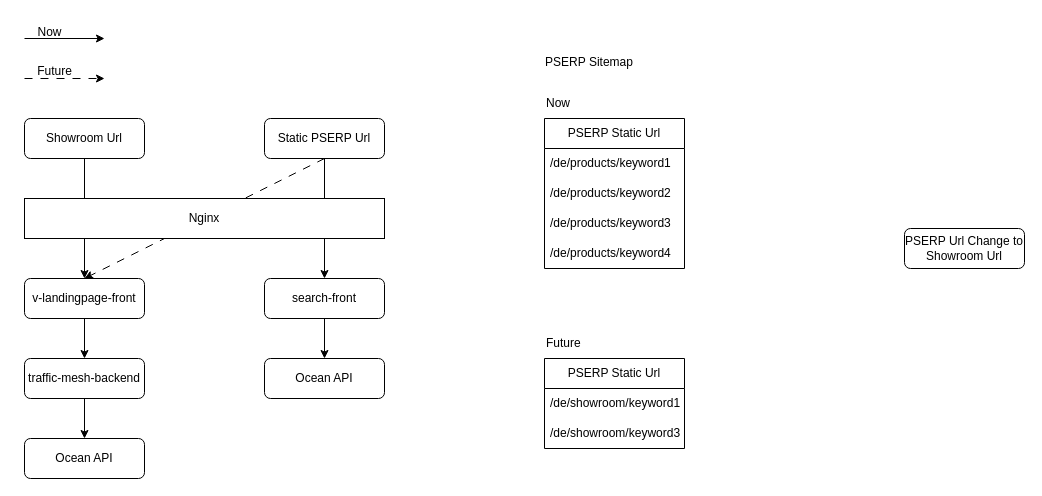
This is drawio/showroom_pserp_merge.drawio from VisableHarry/seo-drawio, a draw.io file, before an edit. Source tidied: cells renumbered, new cells numbered last; positions are measured from the earlier drawing's top-left corner, leaving out a move shared by most shapes. Both pictures are drawn from the tidied source at 100%, with x=0, y=0 at pixel (24, 17).
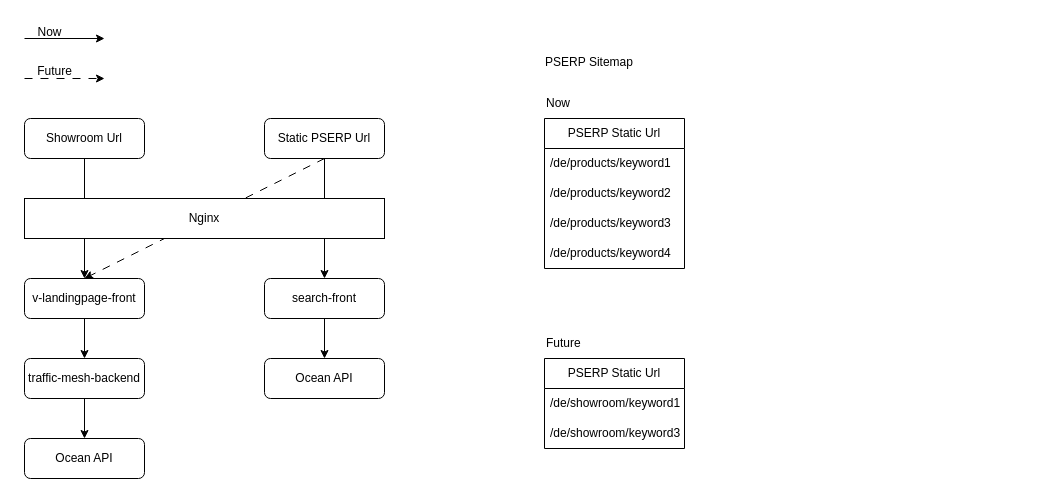
Above is the later version.

Change to the diagram source:
```diff
@@
-    <mxCell id="20" value="PSERP Url Change to Showroom Url" style="rounded=1;whiteSpace=wrap;html=1;" parent="1" vertex="1">
-      <mxGeometry x="880" y="211" width="120" height="40" as="geometry" />
-    </mxCell>
```
